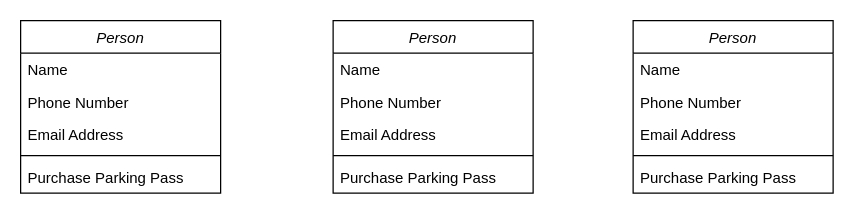
The draw.io diagram 제목 없는 다이어그램.drawio in 0abcde0/Git-Tutorial, before the edit. Source tidied: cells renumbered, new cells numbered last; positions are measured from the earlier drawing's top-left corner, leaving out a move shared by most shapes. Both pictures are drawn from the tidied source at 125%, with x=0, y=0 at pixel (20, 20).
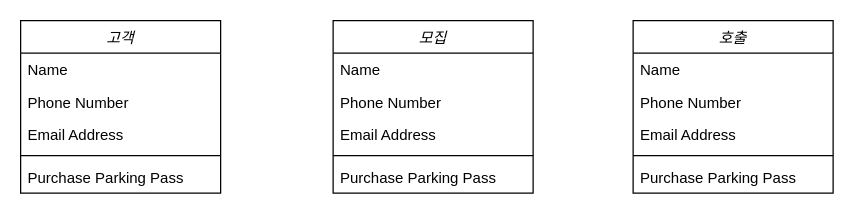
After the change.

Commit message:
슴우 딜리버리 클래스 다이어그램

Change to the diagram source:
```diff
@@
 <mxGraphModel>
   <root>
     <mxCell id="0" />
     <mxCell id="1" parent="0" />
-    <mxCell id="2" value="Person" style="swimlane;fontStyle=2;align=center;verticalAlign=top;horizontal=1;startSize=26;rounded=0;shadow=0;strokeWidth=1;" parent="1" vertex="1">
+    <mxCell id="2" value="고객" style="swimlane;fontStyle=2;align=center;verticalAlign=top;horizontal=1;startSize=26;rounded=0;shadow=0;strokeWidth=1;" parent="1" vertex="1">
       <mxGeometry width="160" height="138" as="geometry" />
     </mxCell>
     <mxCell id="3" value="Name" style="text;align=left;verticalAlign=top;spacingLeft=4;spacingRight=4;overflow=hidden;" parent="2" vertex="1">
       <mxGeometry y="26" width="160" height="26" as="geometry" />
     </mxCell>
     <mxCell id="4" value="Phone Number" style="text;align=left;verticalAlign=top;spacingLeft=4;spacingRight=4;overflow=hidden;rounded=0;shadow=0;html=0;" parent="2" vertex="1">
       <mxGeometry y="52" width="160" height="26" as="geometry" />
     </mxCell>
     <mxCell id="5" value="Email Address" style="text;align=left;verticalAlign=top;spacingLeft=4;spacingRight=4;overflow=hidden;rounded=0;shadow=0;html=0;" parent="2" vertex="1">
       <mxGeometry y="78" width="160" height="26" as="geometry" />
     </mxCell>
     <mxCell id="6" style="line;html=1;strokeWidth=1;align=left;verticalAlign=middle;spacingTop=-1;spacingLeft=3;spacingRight=3;labelPosition=right;" parent="2" vertex="1">
       <mxGeometry y="104" width="160" height="8" as="geometry" />
     </mxCell>
     <mxCell id="7" value="Purchase Parking Pass" style="text;align=left;verticalAlign=top;spacingLeft=4;spacingRight=4;overflow=hidden;" parent="2" vertex="1">
       <mxGeometry y="112" width="160" height="26" as="geometry" />
     </mxCell>
-    <mxCell id="8" value="Person" style="swimlane;fontStyle=2;align=center;verticalAlign=top;horizontal=1;startSize=26;rounded=0;shadow=0;strokeWidth=1;" parent="1" vertex="1">
+    <mxCell id="8" value="모집" style="swimlane;fontStyle=2;align=center;verticalAlign=top;horizontal=1;startSize=26;rounded=0;shadow=0;strokeWidth=1;" parent="1" vertex="1">
       <mxGeometry x="250" width="160" height="138" as="geometry" />
     </mxCell>
     <mxCell id="9" value="Name" style="text;align=left;verticalAlign=top;spacingLeft=4;spacingRight=4;overflow=hidden;" parent="8" vertex="1">
       <mxGeometry y="26" width="160" height="26" as="geometry" />
     </mxCell>
     <mxCell id="10" value="Phone Number" style="text;align=left;verticalAlign=top;spacingLeft=4;spacingRight=4;overflow=hidden;rounded=0;shadow=0;html=0;" parent="8" vertex="1">
       <mxGeometry y="52" width="160" height="26" as="geometry" />
     </mxCell>
     <mxCell id="11" value="Email Address" style="text;align=left;verticalAlign=top;spacingLeft=4;spacingRight=4;overflow=hidden;rounded=0;shadow=0;html=0;" parent="8" vertex="1">
       <mxGeometry y="78" width="160" height="26" as="geometry" />
     </mxCell>
     <mxCell id="12" style="line;html=1;strokeWidth=1;align=left;verticalAlign=middle;spacingTop=-1;spacingLeft=3;spacingRight=3;labelPosition=right;" parent="8" vertex="1">
       <mxGeometry y="104" width="160" height="8" as="geometry" />
     </mxCell>
     <mxCell id="13" value="Purchase Parking Pass" style="text;align=left;verticalAlign=top;spacingLeft=4;spacingRight=4;overflow=hidden;" parent="8" vertex="1">
       <mxGeometry y="112" width="160" height="26" as="geometry" />
     </mxCell>
-    <mxCell id="14" value="Person" style="swimlane;fontStyle=2;align=center;verticalAlign=top;horizontal=1;startSize=26;rounded=0;shadow=0;strokeWidth=1;" parent="1" vertex="1">
+    <mxCell id="14" value="호출" style="swimlane;fontStyle=2;align=center;verticalAlign=top;horizontal=1;startSize=26;rounded=0;shadow=0;strokeWidth=1;" parent="1" vertex="1">
       <mxGeometry x="490" width="160" height="138" as="geometry" />
     </mxCell>
     <mxCell id="15" value="Name" style="text;align=left;verticalAlign=top;spacingLeft=4;spacingRight=4;overflow=hidden;" parent="14" vertex="1">
       <mxGeometry y="26" width="160" height="26" as="geometry" />
     </mxCell>
     <mxCell id="16" value="Phone Number" style="text;align=left;verticalAlign=top;spacingLeft=4;spacingRight=4;overflow=hidden;rounded=0;shadow=0;html=0;" parent="14" vertex="1">
       <mxGeometry y="52" width="160" height="26" as="geometry" />
     </mxCell>
     <mxCell id="17" value="Email Address" style="text;align=left;verticalAlign=top;spacingLeft=4;spacingRight=4;overflow=hidden;rounded=0;shadow=0;html=0;" parent="14" vertex="1">
       <mxGeometry y="78" width="160" height="26" as="geometry" />
     </mxCell>
     <mxCell id="18" style="line;html=1;strokeWidth=1;align=left;verticalAlign=middle;spacingTop=-1;spacingLeft=3;spacingRight=3;labelPosition=right;" parent="14" vertex="1">
       <mxGeometry y="104" width="160" height="8" as="geometry" />
     </mxCell>
     <mxCell id="19" value="Purchase Parking Pass" style="text;align=left;verticalAlign=top;spacingLeft=4;spacingRight=4;overflow=hidden;" parent="14" vertex="1">
       <mxGeometry y="112" width="160" height="26" as="geometry" />
     </mxCell>
   </root>
 </mxGraphModel>
```
